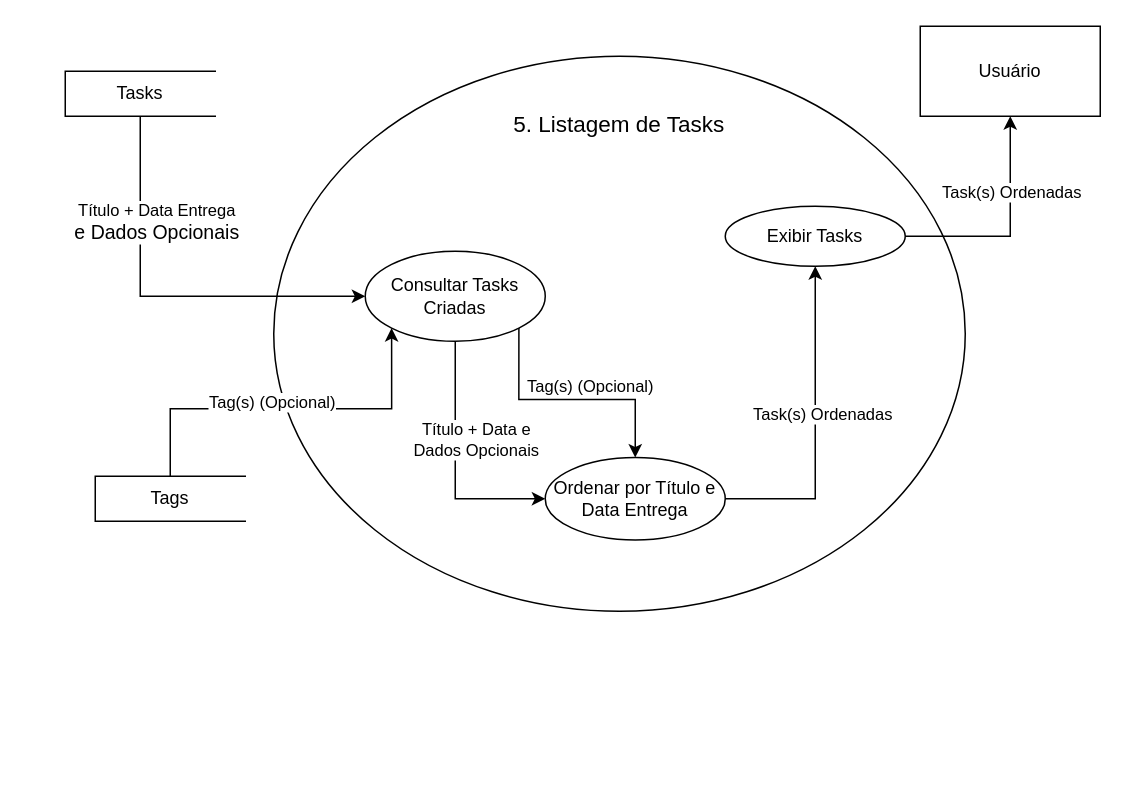
This is docs/assets/DFDs/RF05.drawio from kenielf/neotasker, a draw.io file, before an edit. Source tidied: cells renumbered, new cells numbered last; positions are measured from the earlier drawing's top-left corner, leaving out a move shared by most shapes. Both pictures are drawn from the tidied source at 150%, with x=0, y=0 at pixel (64, 26).
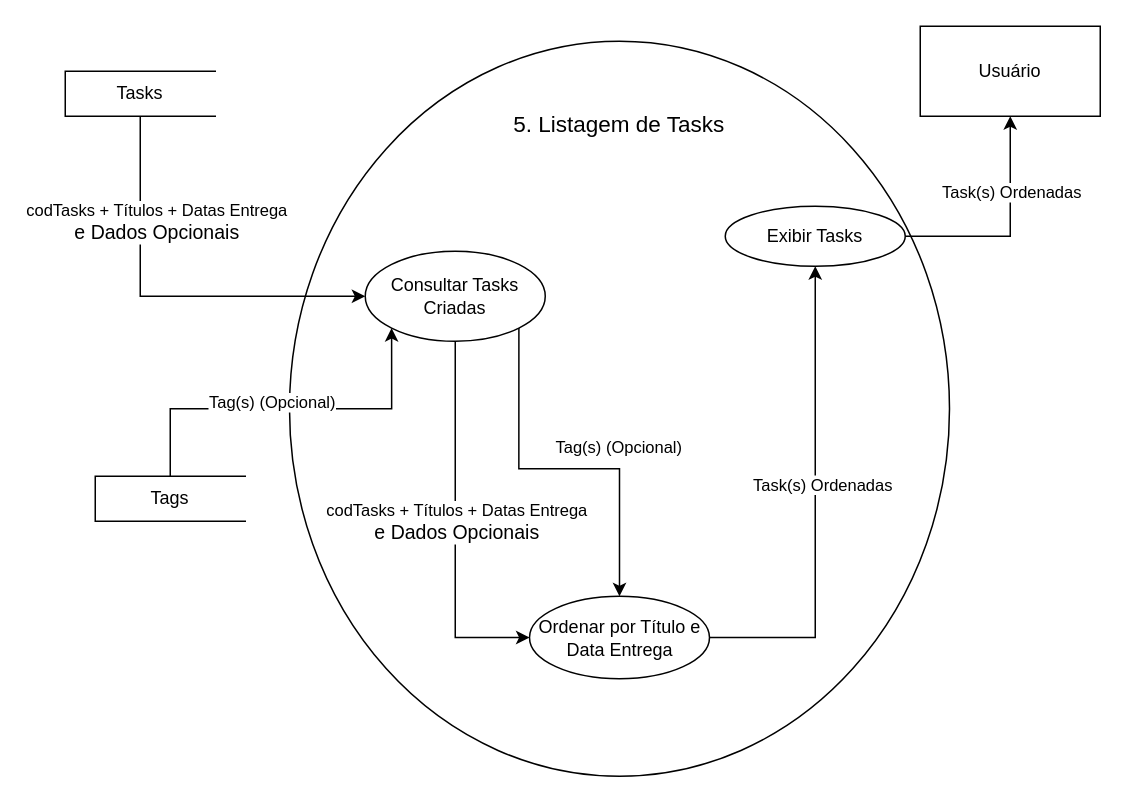
The same page after the edit.

The change refers to these unchanged cells:
```xml
<mxCell id="4" style="edgeStyle=orthogonalEdgeStyle;rounded=0;jettySize=auto;html=1;entryX=0;entryY=0.5;entryDx=0;entryDy=0;" parent="1" edge="1" source="8" target="17">
  <mxGeometry relative="1" as="geometry" />
</mxCell>
<mxCell id="6" style="edgeStyle=orthogonalEdgeStyle;rounded=0;jettySize=auto;html=1;exitX=1;exitY=1;exitDx=0;exitDy=0;entryX=0.5;entryY=0;entryDx=0;entryDy=0;" parent="1" edge="1" source="8" target="17">
  <mxGeometry relative="1" as="geometry" />
</mxCell>
<mxCell id="9" style="edgeStyle=orthogonalEdgeStyle;rounded=0;jettySize=auto;html=1;exitX=0.5;exitY=1;exitDx=0;exitDy=0;entryX=0;entryY=0.5;entryDx=0;entryDy=0;" parent="1" edge="1" source="11" target="8">
  <mxGeometry relative="1" as="geometry" />
</mxCell>
```

Change to the diagram source:
```diff
@@
     <mxCell id="2" style="shape=ellipse;html=1;dashed=0;whiteSpace=wrap;perimeter=ellipsePerimeter;" parent="1" vertex="1">
-      <mxGeometry x="139" y="20" width="461" height="370" as="geometry" />
+      <mxGeometry x="149.5" y="10" width="440" height="490" as="geometry" />
     </mxCell>
@@
-    <mxCell id="5" value="Título + Data e &lt;br&gt;Dados Opcionais" style="edgeLabel;html=1;align=center;verticalAlign=middle;" parent="4" vertex="1">
-      <mxGeometry x="-0.23" y="-3" relative="1" as="geometry">
-        <mxPoint x="16" y="1" as="offset" />
-      </mxGeometry>
-    </mxCell>
@@
     <mxCell id="7" value="Tag(s) (Opcional)" style="edgeLabel;html=1;align=center;verticalAlign=middle;" parent="6" vertex="1">
       <mxGeometry x="0.02" y="1" relative="1" as="geometry">
-        <mxPoint x="11" y="-8" as="offset" />
+        <mxPoint x="35" y="-14" as="offset" />
       </mxGeometry>
     </mxCell>
@@
-    <mxCell id="10" value="Título + Data Entrega&lt;br style=&quot;font-size: 13px;&quot;&gt;&lt;span style=&quot;font-size: 13px;&quot;&gt;e Dados Opcionais&lt;/span&gt;" style="edgeLabel;html=1;align=center;verticalAlign=middle;" parent="9" vertex="1">
+    <mxCell id="10" value="codTasks + Títulos + Datas Entrega&lt;br style=&quot;font-size: 13px;&quot;&gt;&lt;span style=&quot;font-size: 13px;&quot;&gt;e Dados Opcionais&lt;/span&gt;" style="edgeLabel;html=1;align=center;verticalAlign=middle;" parent="9" vertex="1">
       <mxGeometry x="0.06" y="3" relative="1" as="geometry">
         <mxPoint x="-13" y="-47" as="offset" />
       </mxGeometry>
     </mxCell>
@@
     <mxCell id="17" value="Ordenar por Título e Data Entrega" style="shape=ellipse;html=1;dashed=0;whiteSpace=wrap;perimeter=ellipsePerimeter;" parent="1" vertex="1">
-      <mxGeometry x="320" y="287.5" width="120" height="55" as="geometry" />
+      <mxGeometry x="309.5" y="380" width="120" height="55" as="geometry" />
     </mxCell>
@@
+    <mxCell id="22" value="codTasks + Títulos + Datas Entrega&lt;br style=&quot;font-size: 13px;&quot;&gt;&lt;span style=&quot;font-size: 13px;&quot;&gt;e Dados Opcionais&lt;/span&gt;" style="edgeLabel;html=1;align=center;verticalAlign=middle;" parent="1" vertex="1">
+      <mxGeometry x="260" y="330" as="geometry" />
+    </mxCell>
```
